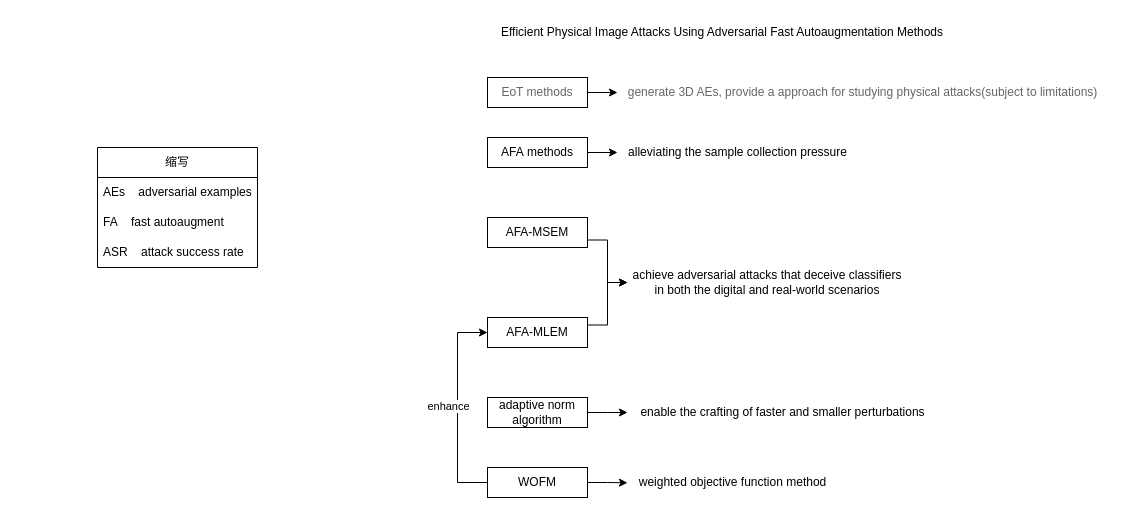
This is KBS_审.drawio from Zhou-AY/hello-world, a draw.io file, before an edit. Source tidied: cells renumbered, new cells numbered last; positions are measured from the earlier drawing's top-left corner, leaving out a move shared by most shapes. Both pictures are drawn from the tidied source at 100%, with x=0, y=0 at pixel (97, 17).
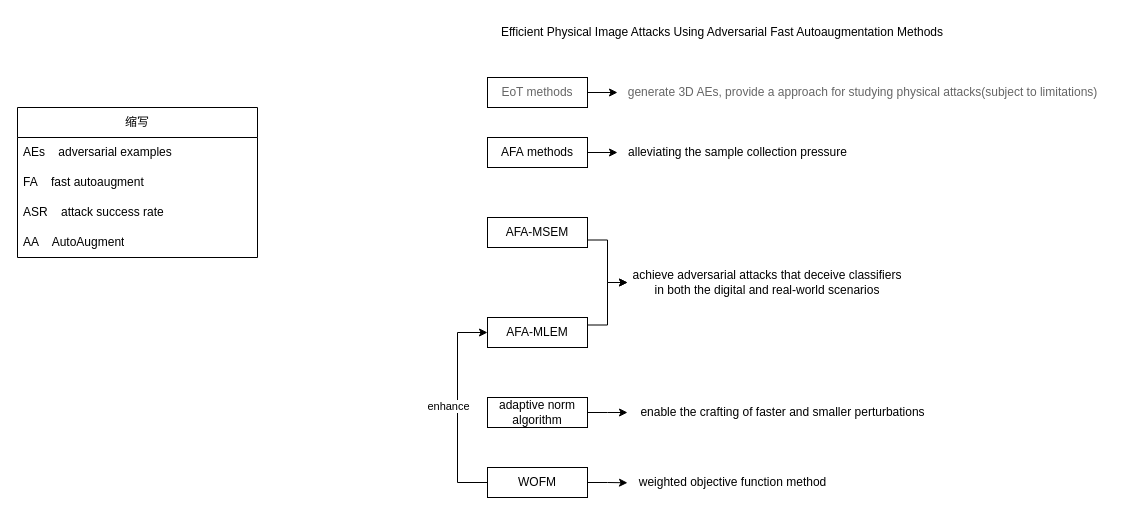
Above is the later version.

The edit, as a diff of the source:
```diff
@@
     <mxCell id="17" value="缩写" style="swimlane;fontStyle=0;horizontal=1;startSize=30;whiteSpace=wrap;html=1;" parent="1" vertex="1">
-      <mxGeometry y="130" width="160" height="120" as="geometry" />
+      <mxGeometry x="-80" y="90" width="240" height="150" as="geometry" />
     </mxCell>
     <mxCell id="18" value="AEs&amp;nbsp; &amp;nbsp; adversarial examples" style="text;strokeColor=none;fillColor=none;align=left;verticalAlign=middle;spacingLeft=4;spacingRight=4;overflow=hidden;whiteSpace=wrap;html=1;" parent="17" vertex="1">
-      <mxGeometry y="30" width="160" height="30" as="geometry" />
+      <mxGeometry y="30" width="240" height="30" as="geometry" />
     </mxCell>
     <mxCell id="19" value="FA&amp;nbsp; &amp;nbsp; fast autoaugment" style="text;strokeColor=none;fillColor=none;align=left;verticalAlign=middle;spacingLeft=4;spacingRight=4;overflow=hidden;whiteSpace=wrap;html=1;" parent="17" vertex="1">
-      <mxGeometry y="60" width="160" height="30" as="geometry" />
+      <mxGeometry y="60" width="240" height="30" as="geometry" />
     </mxCell>
     <mxCell id="20" value="ASR&amp;nbsp; &amp;nbsp; attack success rate" style="text;strokeColor=none;fillColor=none;align=left;verticalAlign=middle;spacingLeft=4;spacingRight=4;overflow=hidden;whiteSpace=wrap;html=1;" parent="17" vertex="1">
-      <mxGeometry y="90" width="160" height="30" as="geometry" />
+      <mxGeometry y="90" width="240" height="30" as="geometry" />
     </mxCell>
+    <mxCell id="26" value="AA&amp;nbsp; &amp;nbsp; AutoAugment" style="text;strokeColor=none;fillColor=none;align=left;verticalAlign=middle;spacingLeft=4;spacingRight=4;overflow=hidden;whiteSpace=wrap;html=1;" parent="17" vertex="1">
+      <mxGeometry y="120" width="240" height="30" as="geometry" />
+    </mxCell>
```
